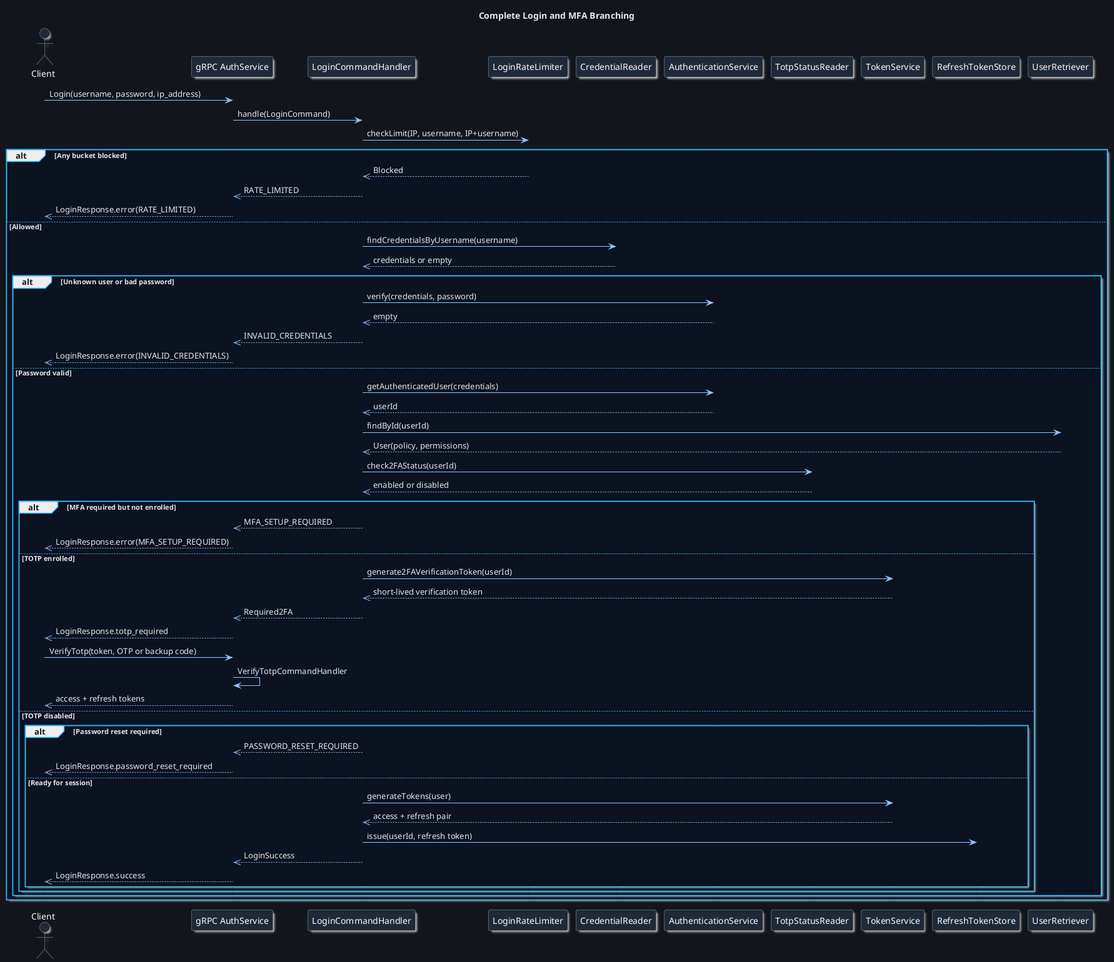
Earlier version of the PlantUML export design/authentication/LoginSequenceDiagram.png (OODesigns/central-auth-service). The source it was exported from:
```plantuml
@startuml LoginSequenceDiagram
!include ../themes/dark-theme.puml
title Complete Login and MFA Branching

actor Client
participant "gRPC AuthService" as Grpc
participant "LoginCommandHandler" as Login
participant "LoginRateLimiter" as Limits
participant "CredentialReader" as Credentials
participant "AuthenticationService" as Auth
participant "TotpStatusReader" as TotpStatus
participant "TokenService" as Tokens
participant "RefreshTokenStore" as RefreshStore
participant "UserRetriever" as Users

Client -> Grpc: Login(username, password, ip_address)
Grpc -> Login: handle(LoginCommand)
Login -> Limits: checkLimit(IP, username, IP+username)
alt Any bucket blocked
    Limits -->> Login: Blocked
    Login -->> Grpc: RATE_LIMITED
    Grpc -->> Client: LoginResponse.error(RATE_LIMITED)
else Allowed
    Login -> Credentials: findCredentialsByUsername(username)
    Credentials -->> Login: credentials or empty
    alt Unknown user or bad password
        Login -> Auth: verify(credentials, password)
        Auth -->> Login: empty
        Login -->> Grpc: INVALID_CREDENTIALS
        Grpc -->> Client: LoginResponse.error(INVALID_CREDENTIALS)
    else Password valid
        Login -> Auth: getAuthenticatedUser(credentials)
        Auth -->> Login: userId
        Login -> Users: findById(userId)
        Users -->> Login: User(policy, permissions)
        Login -> TotpStatus: check2FAStatus(userId)
        TotpStatus -->> Login: enabled or disabled
        alt MFA required but not enrolled
            Login -->> Grpc: MFA_SETUP_REQUIRED
            Grpc -->> Client: LoginResponse.error(MFA_SETUP_REQUIRED)
        else TOTP enrolled
            Login -> Tokens: generate2FAVerificationToken(userId)
            Tokens -->> Login: short-lived verification token
            Login -->> Grpc: Required2FA
            Grpc -->> Client: LoginResponse.totp_required
            Client -> Grpc: VerifyTotp(token, OTP or backup code)
            Grpc -> Grpc: VerifyTotpCommandHandler
            Grpc -->> Client: access + refresh tokens
        else TOTP disabled
            alt Password reset required
                Login -->> Grpc: PASSWORD_RESET_REQUIRED
                Grpc -->> Client: LoginResponse.password_reset_required
            else Ready for session
                Login -> Tokens: generateTokens(user)
                Tokens -->> Login: access + refresh pair
                Login -> RefreshStore: issue(userId, refresh token)
                Login -->> Grpc: LoginSuccess
                Grpc -->> Client: LoginResponse.success
            end
        end
    end
end
@enduml
```
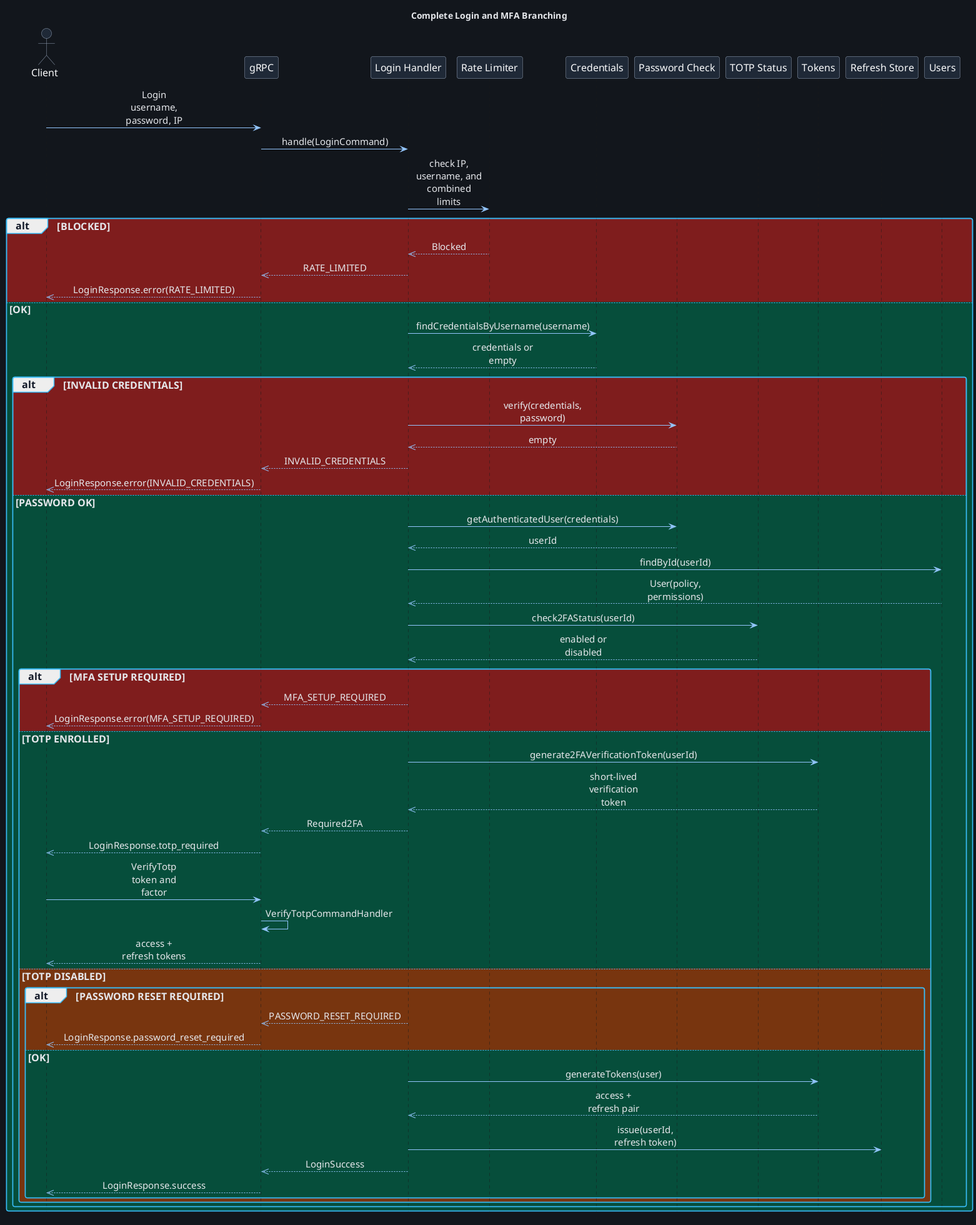
Above is the later version.

Diff of the diagram source:
```diff
@@ -1,56 +1,57 @@
 @startuml LoginSequenceDiagram
 !include ../themes/dark-theme.puml
 title Complete Login and MFA Branching
+hide footbox
 
 actor Client
-participant "gRPC AuthService" as Grpc
-participant "LoginCommandHandler" as Login
-participant "LoginRateLimiter" as Limits
-participant "CredentialReader" as Credentials
-participant "AuthenticationService" as Auth
-participant "TotpStatusReader" as TotpStatus
-participant "TokenService" as Tokens
-participant "RefreshTokenStore" as RefreshStore
-participant "UserRetriever" as Users
+participant "gRPC" as Grpc
+participant "Login Handler" as Login
+participant "Rate Limiter" as Limits
+participant "Credentials" as Credentials
+participant "Password Check" as Auth
+participant "TOTP Status" as TotpStatus
+participant "Tokens" as Tokens
+participant "Refresh Store" as RefreshStore
+participant "Users" as Users
 
-Client -> Grpc: Login(username, password, ip_address)
+Client -> Grpc: Login\nusername, password, IP
 Grpc -> Login: handle(LoginCommand)
-Login -> Limits: checkLimit(IP, username, IP+username)
-alt Any bucket blocked
+Login -> Limits: check IP, username, and combined limits
+alt #7f1d1d BLOCKED
     Limits -->> Login: Blocked
     Login -->> Grpc: RATE_LIMITED
     Grpc -->> Client: LoginResponse.error(RATE_LIMITED)
-else Allowed
+else #064e3b OK
     Login -> Credentials: findCredentialsByUsername(username)
     Credentials -->> Login: credentials or empty
-    alt Unknown user or bad password
+    alt #7f1d1d INVALID CREDENTIALS
         Login -> Auth: verify(credentials, password)
         Auth -->> Login: empty
         Login -->> Grpc: INVALID_CREDENTIALS
         Grpc -->> Client: LoginResponse.error(INVALID_CREDENTIALS)
-    else Password valid
+    else #064e3b PASSWORD OK
         Login -> Auth: getAuthenticatedUser(credentials)
         Auth -->> Login: userId
         Login -> Users: findById(userId)
         Users -->> Login: User(policy, permissions)
         Login -> TotpStatus: check2FAStatus(userId)
         TotpStatus -->> Login: enabled or disabled
-        alt MFA required but not enrolled
+        alt #7f1d1d MFA SETUP REQUIRED
             Login -->> Grpc: MFA_SETUP_REQUIRED
             Grpc -->> Client: LoginResponse.error(MFA_SETUP_REQUIRED)
-        else TOTP enrolled
+        else #064e3b TOTP ENROLLED
             Login -> Tokens: generate2FAVerificationToken(userId)
             Tokens -->> Login: short-lived verification token
             Login -->> Grpc: Required2FA
             Grpc -->> Client: LoginResponse.totp_required
-            Client -> Grpc: VerifyTotp(token, OTP or backup code)
+            Client -> Grpc: VerifyTotp\ntoken and factor
             Grpc -> Grpc: VerifyTotpCommandHandler
             Grpc -->> Client: access + refresh tokens
-        else TOTP disabled
-            alt Password reset required
+        else #78350f TOTP DISABLED
+            alt #78350f PASSWORD RESET REQUIRED
                 Login -->> Grpc: PASSWORD_RESET_REQUIRED
                 Grpc -->> Client: LoginResponse.password_reset_required
-            else Ready for session
+            else #064e3b OK
                 Login -> Tokens: generateTokens(user)
                 Tokens -->> Login: access + refresh pair
                 Login -> RefreshStore: issue(userId, refresh token)
```
